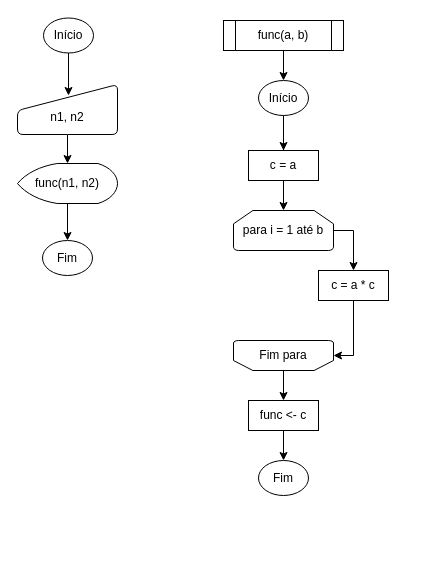
Before: Untitled Diagram.drawio in MarczalTSIGP/TSI31C-Flowcharts, a draw.io diagram. Source tidied: cells renumbered, new cells numbered last; positions are measured from the earlier drawing's top-left corner, leaving out a move shared by most shapes. Both pictures are drawn from the tidied source at 100%, with x=0, y=0 at pixel (17, 18).
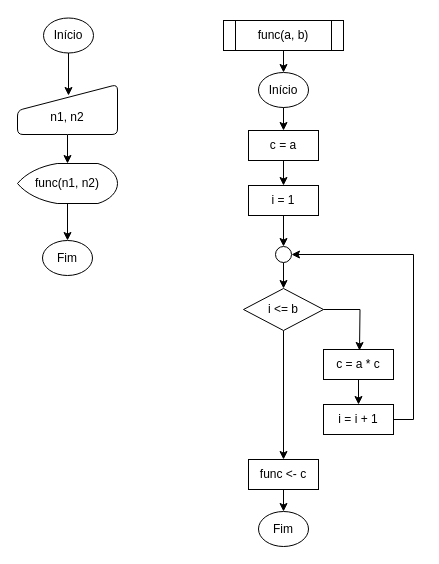
Above is the later version.

Diff of the diagram source:
```diff
@@
-    <mxCell id="4" style="edgeStyle=orthogonalEdgeStyle;rounded=0;jettySize=auto;html=1;entryX=0.5;entryY=0;entryDx=0;entryDy=0;" parent="1" edge="1" source="5" target="7">
-      <mxGeometry relative="1" as="geometry">
-        <Array as="points">
-          <mxPoint x="336" y="212" />
-        </Array>
-      </mxGeometry>
-    </mxCell>
-    <mxCell id="5" value="para i = 1 até b" style="strokeWidth=1;html=1;shape=mxgraph.flowchart.loop_limit;whiteSpace=wrap;" parent="1" vertex="1">
-      <mxGeometry x="216" y="192" width="100" height="40" as="geometry" />
-    </mxCell>
-    <mxCell id="6" style="edgeStyle=orthogonalEdgeStyle;rounded=0;jettySize=auto;html=1;entryX=0;entryY=0.5;entryDx=0;entryDy=0;entryPerimeter=0;" parent="1" edge="1" source="7" target="19">
-      <mxGeometry relative="1" as="geometry" />
-    </mxCell>
+    <mxCell id="27" style="edgeStyle=orthogonalEdgeStyle;rounded=0;jettySize=auto;html=1;entryX=0.5;entryY=0;entryDx=0;entryDy=0;" parent="1" edge="1" source="7" target="37">
+      <mxGeometry relative="1" as="geometry" />
+    </mxCell>
     <mxCell id="7" value="c = a * c" style="rounded=0;whiteSpace=wrap;html=1;strokeWidth=1;" parent="1" vertex="1">
-      <mxGeometry x="301" y="252" width="70" height="30" as="geometry" />
+      <mxGeometry x="306" y="331" width="70" height="30" as="geometry" />
     </mxCell>
@@
-    <mxCell id="12" style="edgeStyle=orthogonalEdgeStyle;rounded=0;jettySize=auto;html=1;" parent="1" edge="1" source="26">
-      <mxGeometry relative="1" as="geometry">
-        <mxPoint x="266" y="142" as="targetPoint" />
-      </mxGeometry>
-    </mxCell>
     <mxCell id="13" value="Início" style="ellipse;whiteSpace=wrap;html=1;strokeWidth=1;" parent="1" vertex="1">
-      <mxGeometry x="241" y="62" width="50" height="35" as="geometry" />
+      <mxGeometry x="241" y="54" width="50" height="35" as="geometry" />
     </mxCell>
@@
     <mxCell id="15" value="func &amp;lt;- c" style="rounded=0;whiteSpace=wrap;html=1;strokeWidth=1;" parent="1" vertex="1">
-      <mxGeometry x="231" y="382" width="70" height="30" as="geometry" />
+      <mxGeometry x="231" y="441" width="70" height="30" as="geometry" />
     </mxCell>
-    <mxCell id="16" style="edgeStyle=orthogonalEdgeStyle;rounded=0;jettySize=auto;html=1;entryX=0.5;entryY=0;entryDx=0;entryDy=0;entryPerimeter=0;" parent="1" edge="1" source="26" target="5">
-      <mxGeometry relative="1" as="geometry" />
-    </mxCell>
     <mxCell id="17" value="Fim" style="ellipse;whiteSpace=wrap;html=1;strokeWidth=1;" parent="1" vertex="1">
-      <mxGeometry x="241" y="442" width="50" height="35" as="geometry" />
+      <mxGeometry x="241" y="493" width="50" height="35" as="geometry" />
     </mxCell>
-    <mxCell id="18" style="group;strokeWidth=1;" parent="1" vertex="1">
-      <mxGeometry x="216" y="322" width="100" height="30" as="geometry" />
-    </mxCell>
-    <mxCell id="19" style="strokeWidth=1;html=1;shape=mxgraph.flowchart.loop_limit;whiteSpace=wrap;rotation=-180;" parent="18" vertex="1">
-      <mxGeometry width="100" height="30" as="geometry" />
-    </mxCell>
-    <mxCell id="20" value="Fim para" style="text;strokeColor=none;align=center;fillColor=none;html=1;verticalAlign=middle;whiteSpace=wrap;rounded=0;strokeWidth=1;" parent="18" vertex="1">
-      <mxGeometry x="20" width="60" height="30" as="geometry" />
-    </mxCell>
@@
-    <mxCell id="24" style="edgeStyle=orthogonalEdgeStyle;rounded=0;jettySize=auto;html=1;entryX=0.5;entryY=0;entryDx=0;entryDy=0;" parent="1" edge="1" source="20" target="15">
-      <mxGeometry relative="1" as="geometry" />
-    </mxCell>
@@
+    <mxCell id="28" style="edgeStyle=orthogonalEdgeStyle;rounded=0;jettySize=auto;html=1;entryX=0.5;entryY=0;entryDx=0;entryDy=0;" parent="1" edge="1" source="26" target="30">
+      <mxGeometry relative="1" as="geometry" />
+    </mxCell>
     <mxCell id="26" value="c = a" style="rounded=0;whiteSpace=wrap;html=1;strokeWidth=1;" parent="1" vertex="1">
-      <mxGeometry x="231" y="132" width="70" height="30" as="geometry" />
+      <mxGeometry x="231" y="112" width="70" height="30" as="geometry" />
     </mxCell>
+    <mxCell id="29" style="edgeStyle=orthogonalEdgeStyle;rounded=0;jettySize=auto;html=1;" parent="1" edge="1" source="30" target="32">
+      <mxGeometry relative="1" as="geometry" />
+    </mxCell>
+    <mxCell id="30" value="i = 1" style="rounded=0;whiteSpace=wrap;html=1;strokeWidth=1;" parent="1" vertex="1">
+      <mxGeometry x="231" y="167" width="70" height="30" as="geometry" />
+    </mxCell>
+    <mxCell id="31" style="edgeStyle=orthogonalEdgeStyle;rounded=0;jettySize=auto;html=1;entryX=0.5;entryY=0;entryDx=0;entryDy=0;" parent="1" edge="1" source="32" target="35">
+      <mxGeometry relative="1" as="geometry" />
+    </mxCell>
+    <mxCell id="32" style="ellipse;whiteSpace=wrap;html=1;" parent="1" vertex="1">
+      <mxGeometry x="258" y="228" width="16" height="16" as="geometry" />
+    </mxCell>
+    <mxCell id="33" style="edgeStyle=orthogonalEdgeStyle;rounded=0;jettySize=auto;html=1;" parent="1" edge="1" source="35">
+      <mxGeometry relative="1" as="geometry">
+        <mxPoint x="342" y="332" as="targetPoint" />
+      </mxGeometry>
+    </mxCell>
+    <mxCell id="34" style="edgeStyle=orthogonalEdgeStyle;rounded=0;jettySize=auto;html=1;entryX=0.5;entryY=0;entryDx=0;entryDy=0;" parent="1" edge="1" source="35" target="15">
+      <mxGeometry relative="1" as="geometry" />
+    </mxCell>
+    <mxCell id="35" value="i &amp;lt;= b" style="rhombus;whiteSpace=wrap;html=1;" parent="1" vertex="1">
+      <mxGeometry x="226" y="270" width="80" height="42" as="geometry" />
+    </mxCell>
+    <mxCell id="36" style="edgeStyle=orthogonalEdgeStyle;rounded=0;jettySize=auto;html=1;entryX=1;entryY=0.5;entryDx=0;entryDy=0;exitX=1;exitY=0.5;exitDx=0;exitDy=0;" parent="1" edge="1" source="37" target="32">
+      <mxGeometry relative="1" as="geometry" />
+    </mxCell>
+    <mxCell id="37" value="i = i + 1" style="rounded=0;whiteSpace=wrap;html=1;strokeWidth=1;" parent="1" vertex="1">
+      <mxGeometry x="306" y="386" width="70" height="30" as="geometry" />
+    </mxCell>
```
